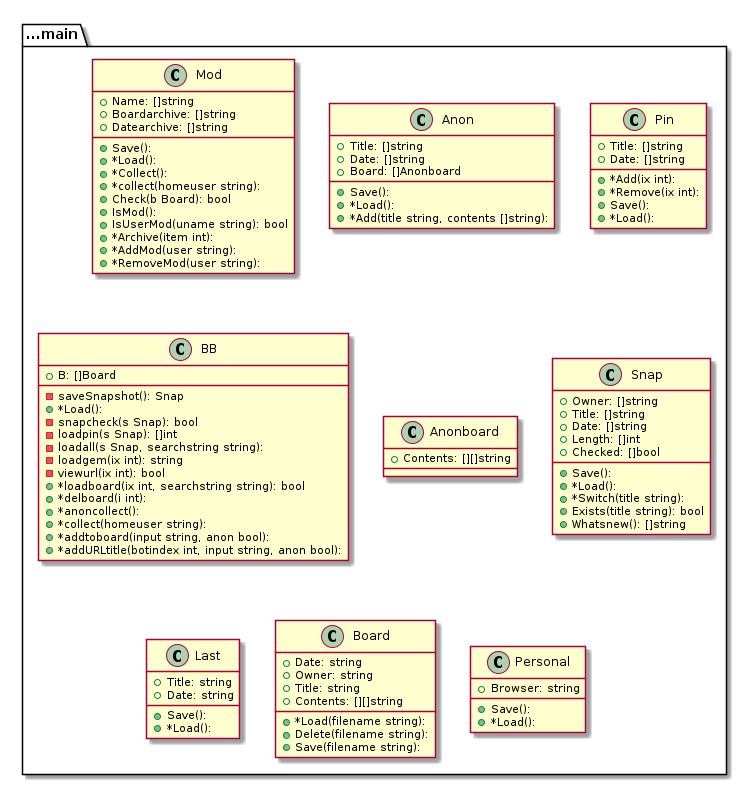
Earlier version of the PlantUML export graph.png (tbal999/bb). Its diagram source:
```plantuml
@startuml
package ...main{
class Mod {
+Name: []string
+Boardarchive: []string
+Datearchive: []string
+Save():
+*Load():
+*Collect():
+*collect(homeuser string):
+Check(b Board): bool
+IsMod():
+IsUserMod(uname string): bool
+*Archive(item int):
+*AddMod(user string):
+*RemoveMod(user string):
}
}
package ...main{
class Anon {
+Title: []string
+Date: []string
+Board: []Anonboard
+Save():
+*Load():
+*Add(title string, contents []string):
}
}
package ...main{
class Pin {
+Title: []string
+Date: []string
+*Add(ix int):
+*Remove(ix int):
+Save():
+*Load():
}
}
package ...main{
class BB {
+B: []Board
-saveSnapshot(): Snap
+*Load():
-snapcheck(s Snap): bool
-loadpin(s Snap): []int
-loadall(s Snap, searchstring string):
-loadgem(ix int): string
-viewurl(ix int): bool
+*loadboard(ix int, searchstring string): bool
+*delboard(i int):
+*anoncollect():
+*collect(homeuser string):
+*addtoboard(input string, anon bool):
+*addURLtitle(botindex int, input string, anon bool):
}
}
package ...main{
class Anonboard {
+Contents: [][]string

}
}
package ...main{
class Snap {
+Owner: []string
+Title: []string
+Date: []string
+Length: []int
+Checked: []bool
+Save():
+*Load():
+*Switch(title string):
+Exists(title string): bool
+Whatsnew(): []string
}
}
package ...main{
class Last {
+Title: string
+Date: string
+Save():
+*Load():
}
}
package ...main{
class Board {
+Date: string
+Owner: string
+Title: string
+Contents: [][]string
+*Load(filename string):
+Delete(filename string):
+Save(filename string):
}
}
package ...main{
class Personal {
+Browser: string
+Save():
+*Load():
}
}

@enduml
```
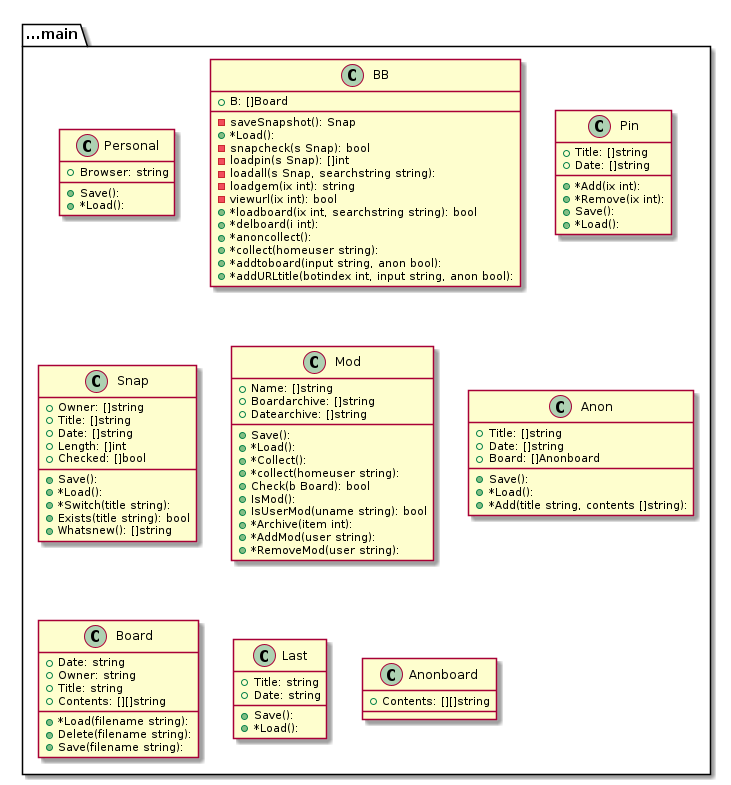
The same file after the commit.

The edit, as a diff of the source:
```diff
@@ -1,4 +1,53 @@
 @startuml
+package ...main{
+class Personal {
++Browser: string
++Save():
++*Load():
+}
+}
+package ...main{
+class BB {
++B: []Board
+-saveSnapshot(): Snap
++*Load():
+-snapcheck(s Snap): bool
+-loadpin(s Snap): []int
+-loadall(s Snap, searchstring string):
+-loadgem(ix int): string
+-viewurl(ix int): bool
++*loadboard(ix int, searchstring string): bool
++*delboard(i int):
++*anoncollect():
++*collect(homeuser string):
++*addtoboard(input string, anon bool):
++*addURLtitle(botindex int, input string, anon bool):
+}
+}
+package ...main{
+class Pin {
++Title: []string
++Date: []string
++*Add(ix int):
++*Remove(ix int):
++Save():
++*Load():
+}
+}
+package ...main{
+class Snap {
++Owner: []string
++Title: []string
++Date: []string
++Length: []int
++Checked: []bool
++Save():
++*Load():
++*Switch(title string):
++Exists(title string): bool
++Whatsnew(): []string
+}
+}
 package ...main{
 class Mod {
 +Name: []string
@@ -27,51 +76,14 @@
 }
 }
 package ...main{
-class Pin {
-+Title: []string
-+Date: []string
-+*Add(ix int):
-+*Remove(ix int):
-+Save():
-+*Load():
-}
-}
-package ...main{
-class BB {
-+B: []Board
--saveSnapshot(): Snap
-+*Load():
--snapcheck(s Snap): bool
--loadpin(s Snap): []int
--loadall(s Snap, searchstring string):
--loadgem(ix int): string
--viewurl(ix int): bool
-+*loadboard(ix int, searchstring string): bool
-+*delboard(i int):
-+*anoncollect():
-+*collect(homeuser string):
-+*addtoboard(input string, anon bool):
-+*addURLtitle(botindex int, input string, anon bool):
-}
-}
-package ...main{
-class Anonboard {
+class Board {
++Date: string
++Owner: string
++Title: string
 +Contents: [][]string
-
-}
-}
-package ...main{
-class Snap {
-+Owner: []string
-+Title: []string
-+Date: []string
-+Length: []int
-+Checked: []bool
-+Save():
-+*Load():
-+*Switch(title string):
-+Exists(title string): bool
-+Whatsnew(): []string
++*Load(filename string):
++Delete(filename string):
++Save(filename string):
 }
 }
 package ...main{
@@ -83,21 +95,9 @@
 }
 }
 package ...main{
-class Board {
-+Date: string
-+Owner: string
-+Title: string
+class Anonboard {
 +Contents: [][]string
-+*Load(filename string):
-+Delete(filename string):
-+Save(filename string):
-}
-}
-package ...main{
-class Personal {
-+Browser: string
-+Save():
-+*Load():
+
 }
 }
 
```
